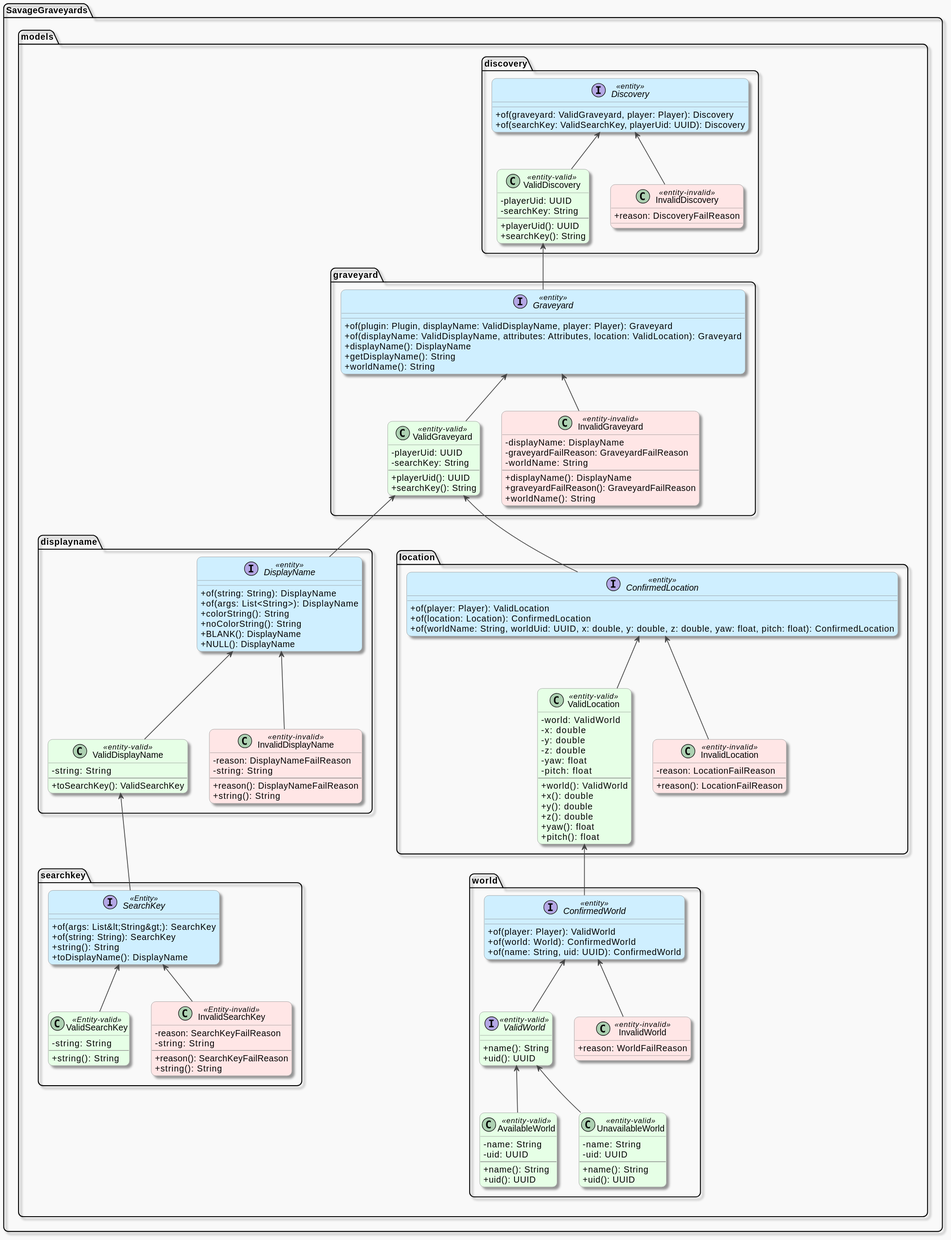
winterhavenmc/SavageGraveyards keeps this PlantUML diagram as models/doc-files/diagrams/models.svg. Above is the earlier version.
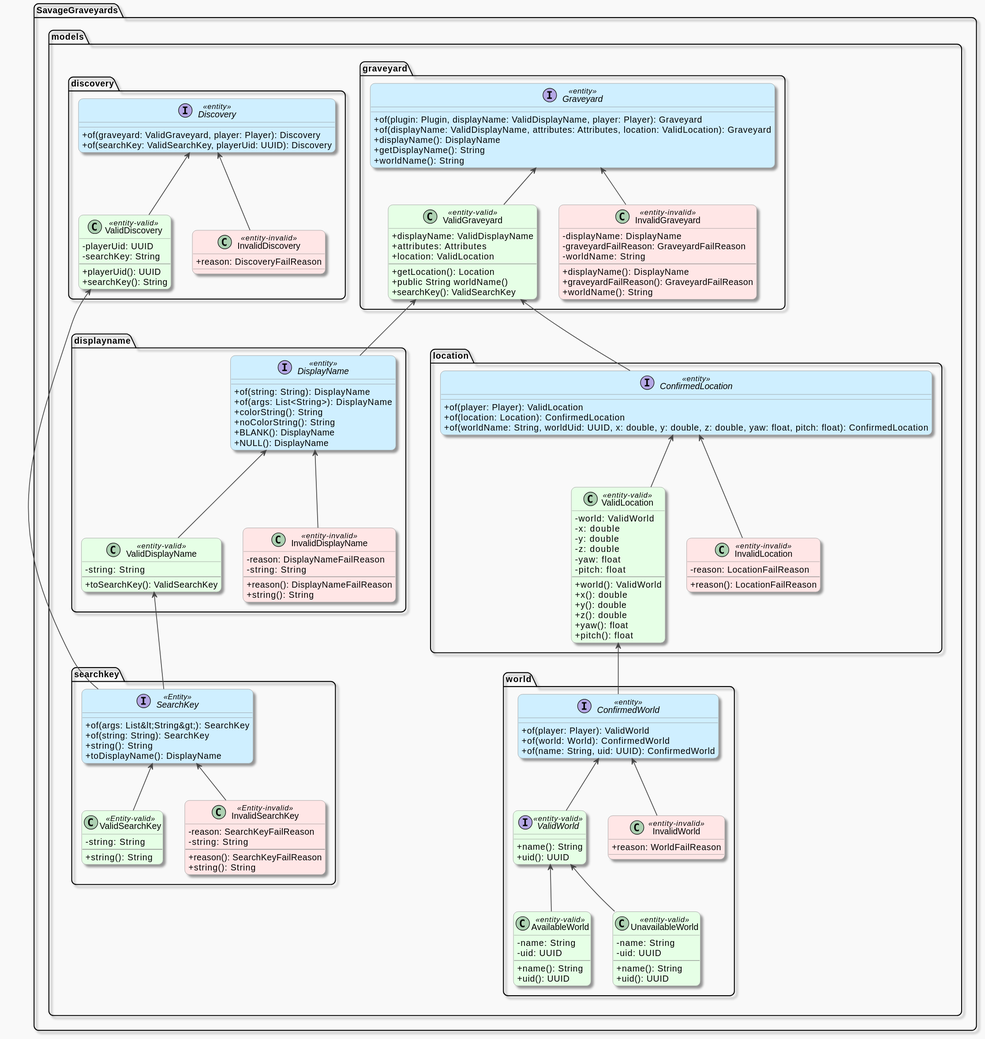
The same diagram one commit later.

What changed in the source:
```diff
@@ -22,51 +22,55 @@
 {
     package models
     {
-        package discovery {
-            interface Discovery <<entity>> {
+        together {
+            package discovery {
+                interface Discovery <<entity>> {
                 + of(graveyard: ValidGraveyard, player: Player): Discovery
                 + of(searchKey: ValidSearchKey, playerUid: UUID): Discovery
+                }
+                class ValidDiscovery <<entity-valid>> {
+                    - playerUid: UUID
+                    - searchKey: String
+                    --
+                    + playerUid(): UUID
+                    + searchKey(): String
+                }
+                class InvalidDiscovery <<entity-invalid>> {
+                    + reason: DiscoveryFailReason
+                }
+                Discovery <-- ValidDiscovery
+                Discovery <-- InvalidDiscovery
             }
-            class ValidDiscovery <<entity-valid>> {
-                - playerUid: UUID
-                - searchKey: String
-                --
-                + playerUid(): UUID
-                + searchKey(): String
+
+            package graveyard {
+                interface Graveyard <<entity>> {
+                    + of(plugin: Plugin, displayName: ValidDisplayName, player: Player): Graveyard
+                    + of(displayName: ValidDisplayName, attributes: Attributes, location: ValidLocation): Graveyard
+                    + displayName(): DisplayName
+                    + getDisplayName(): String
+                    + worldName(): String
+                }
+                class ValidGraveyard <<entity-valid>> {
+                    + displayName: ValidDisplayName
+                    + attributes: Attributes
+                    + location: ValidLocation
+                    --
+                    + getLocation(): Location
+                    + public String worldName()
+                    + searchKey(): ValidSearchKey
+                }
+                class InvalidGraveyard <<entity-invalid>> {
+                    - displayName: DisplayName
+                    - graveyardFailReason: GraveyardFailReason
+                    - worldName: String
+                    --
+                    + displayName(): DisplayName
+                    + graveyardFailReason(): GraveyardFailReason
+                    + worldName(): String
+                }
+                Graveyard <-- ValidGraveyard
+                Graveyard <-- InvalidGraveyard
             }
-            class InvalidDiscovery <<entity-invalid>> {
-                + reason: DiscoveryFailReason
-            }
-            Discovery <-- ValidDiscovery
-            Discovery <-- InvalidDiscovery
-        }
-
-        package graveyard {
-            interface Graveyard <<entity>> {
-                + of(plugin: Plugin, displayName: ValidDisplayName, player: Player): Graveyard
-                + of(displayName: ValidDisplayName, attributes: Attributes, location: ValidLocation): Graveyard
-                + displayName(): DisplayName
-                + getDisplayName(): String
-                + worldName(): String
-            }
-            class ValidGraveyard <<entity-valid>> {
-                - playerUid: UUID
-                - searchKey: String
-                --
-                + playerUid(): UUID
-                + searchKey(): String
-            }
-            class InvalidGraveyard <<entity-invalid>> {
-                - displayName: DisplayName
-                - graveyardFailReason: GraveyardFailReason
-                - worldName: String
-                --
-                + displayName(): DisplayName
-                + graveyardFailReason(): GraveyardFailReason
-                + worldName(): String
-            }
-            Graveyard <-- ValidGraveyard
-            Graveyard <-- InvalidGraveyard
         }
 
         together {
@@ -123,6 +127,7 @@
                 SearchKey <-- InvalidSearchKey
             }
             ValidDisplayName <-- SearchKey
+            ValidDiscovery <-- SearchKey
         }
 
         together {
@@ -195,5 +200,4 @@
 
 ValidGraveyard <-- DisplayName
 ValidGraveyard <-- ConfirmedLocation
-ValidDiscovery <-- Graveyard
 @enduml
```
